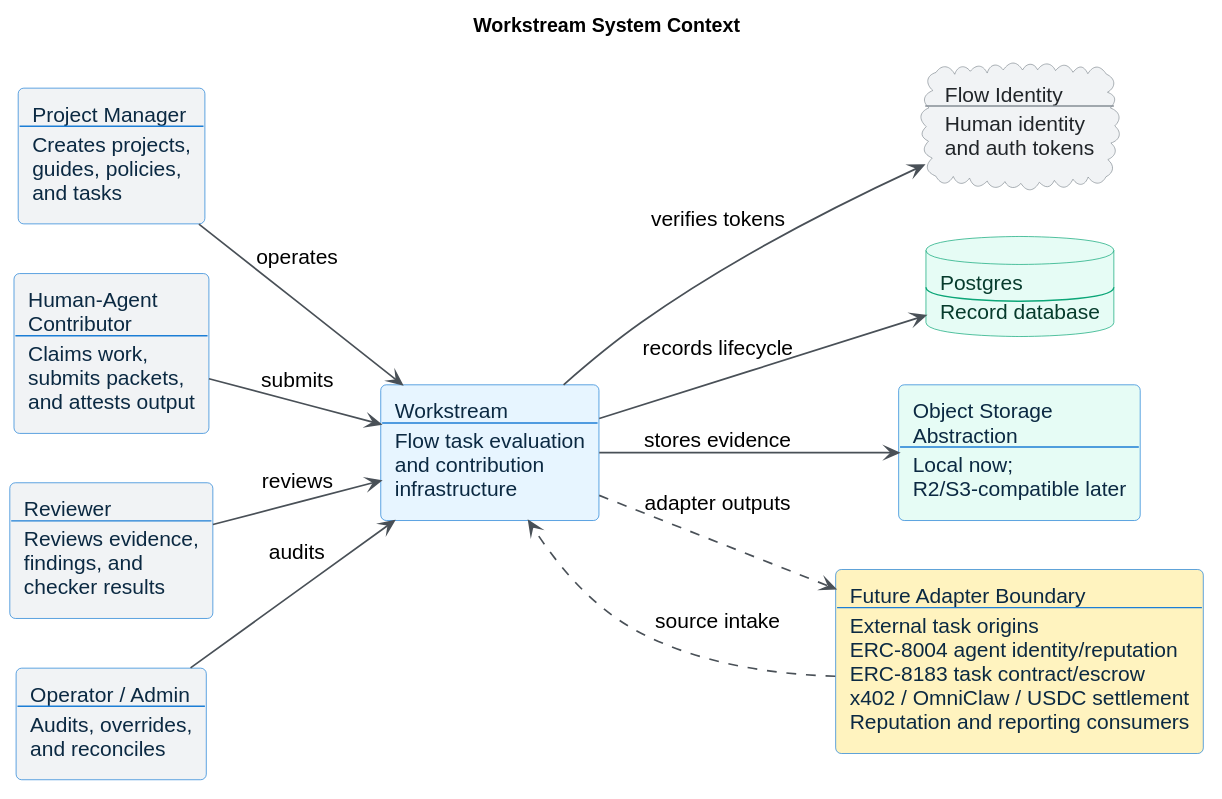
The PlantUML diagram docs/diagrams/rendered/workstream_context.svg in jorshimayor/workstream, before a commit.
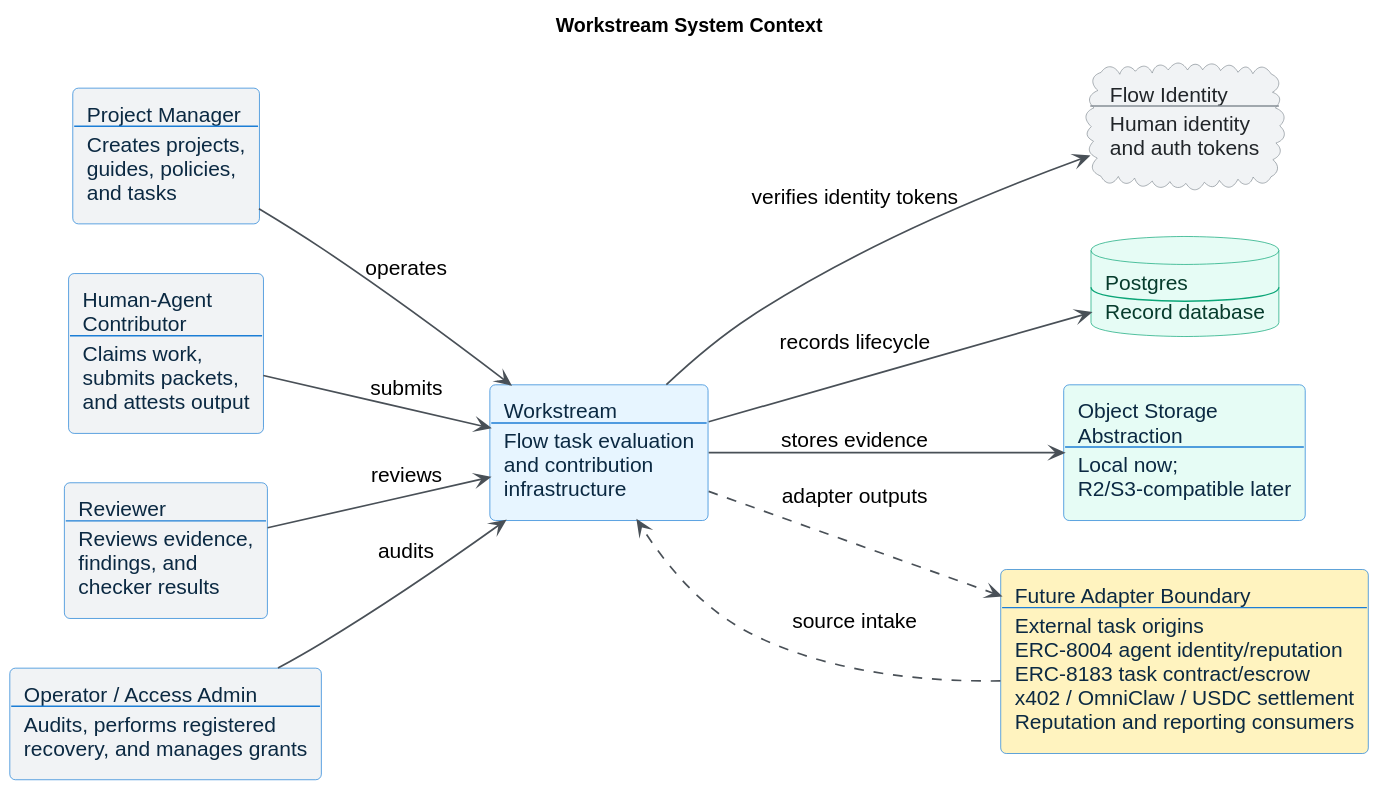
The same diagram one commit later.

The edit, as a diff of the source:
```diff
@@ -30,7 +30,7 @@
 rectangle "Project Manager\n----\nCreates projects,\nguides, policies,\nand tasks" as project_manager #F1F3F5
 rectangle "Human-Agent\nContributor\n----\nClaims work,\nsubmits packets,\nand attests output" as worker #F1F3F5
 rectangle "Reviewer\n----\nReviews evidence,\nfindings, and\nchecker results" as reviewer #F1F3F5
-rectangle "Operator / Admin\n----\nAudits, overrides,\nand reconciles" as operator #F1F3F5
+rectangle "Operator / Access Admin\n----\nAudits, performs registered\nrecovery, and manages grants" as operator #F1F3F5
 
 rectangle "Workstream\n----\nFlow task evaluation\nand contribution\ninfrastructure" as workstream #E7F5FF
 
@@ -45,7 +45,7 @@
 reviewer --> workstream : reviews
 operator --> workstream : audits
 
-workstream --> flow_auth : verifies tokens
+workstream --> flow_auth : verifies identity tokens
 workstream --> postgres : records lifecycle
 workstream --> storage : stores evidence
 
```
